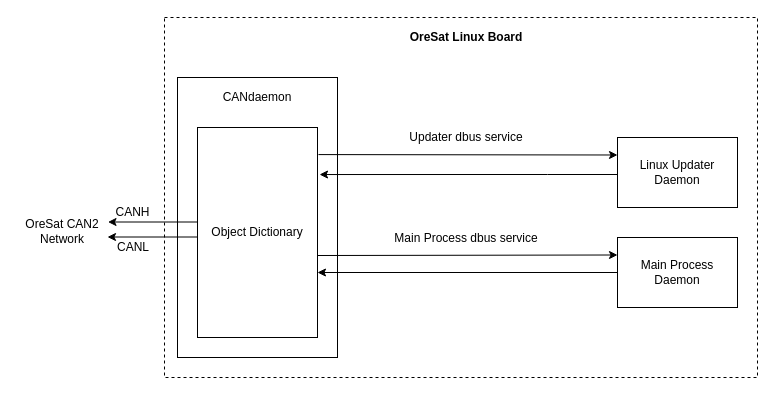
oresat/oresat-linux keeps this draw.io diagram as docs_and_examples/drawio/OreSatLinuxDiagram.drawio. Above is the earlier version. Source tidied: cells renumbered, new cells numbered last; positions are measured from the earlier drawing's top-left corner, leaving out a move shared by most shapes. Both pictures are drawn from the tidied source at 100%, with x=0, y=0 at pixel (17, 17).
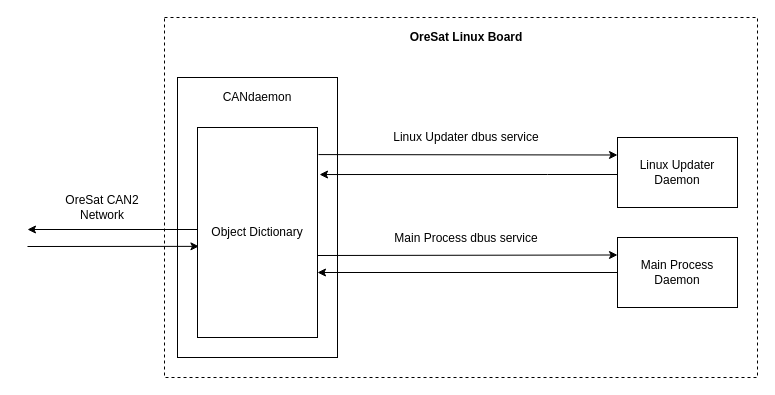
The same diagram, later.

Commit message (it also covers changes not shown here):
minor changes to linux diagram

Unchanged cells that the change refers to:
```xml
<mxCell id="4" value="Object Dictionary" style="rounded=0;whiteSpace=wrap;html=1;" parent="1" vertex="1">
  <mxGeometry x="180" y="110" width="120" height="210" as="geometry" />
</mxCell>
```

Diff of the diagram source:
```diff
@@
-    <mxCell id="9" value="Updater dbus service" style="text;html=1;strokeColor=none;fillColor=none;align=center;verticalAlign=middle;whiteSpace=wrap;rounded=0;" parent="1" vertex="1">
+    <mxCell id="9" value="Linux Updater dbus service" style="text;html=1;strokeColor=none;fillColor=none;align=center;verticalAlign=middle;whiteSpace=wrap;rounded=0;" parent="1" vertex="1">
       <mxGeometry x="334" y="115" width="230" height="10" as="geometry" />
     </mxCell>
-    <mxCell id="10" value="CANH" style="text;html=1;strokeColor=none;fillColor=none;align=center;verticalAlign=middle;whiteSpace=wrap;rounded=0;" parent="1" vertex="1">
-      <mxGeometry x="100" y="185" width="31" height="20" as="geometry" />
-    </mxCell>
-    <mxCell id="11" value="CANL" style="text;html=1;strokeColor=none;fillColor=none;align=center;verticalAlign=middle;whiteSpace=wrap;rounded=0;" parent="1" vertex="1">
-      <mxGeometry x="95.5" y="220" width="40" height="20" as="geometry" />
-    </mxCell>
@@
     <mxCell id="15" value="OreSat CAN2 Network" style="text;html=1;strokeColor=none;fillColor=none;align=center;verticalAlign=middle;whiteSpace=wrap;rounded=0;" parent="1" vertex="1">
-      <mxGeometry y="190" width="90" height="48" as="geometry" />
+      <mxGeometry x="40" y="166" width="90" height="48" as="geometry" />
     </mxCell>
@@
     <mxCell id="17" style="endArrow=classic;html=1;" parent="1" edge="1">
       <mxGeometry relative="1" as="geometry">
-        <mxPoint x="180.5" y="204.5" as="sourcePoint" />
-        <mxPoint x="90.5" y="204.5" as="targetPoint" />
+        <mxPoint x="180" y="212" as="sourcePoint" />
+        <mxPoint x="10" y="212" as="targetPoint" />
       </mxGeometry>
     </mxCell>
-    <mxCell id="18" style="endArrow=classic;html=1;" parent="1" edge="1">
-      <mxGeometry relative="1" as="geometry">
-        <mxPoint x="180" y="219.5" as="sourcePoint" />
-        <mxPoint x="90" y="219.5" as="targetPoint" />
-      </mxGeometry>
-    </mxCell>
@@
+    <mxCell id="20" style="endArrow=classic;html=1;entryX=0.012;entryY=0.566;entryDx=0;entryDy=0;entryPerimeter=0;" parent="1" edge="1" target="4">
+      <mxGeometry relative="1" as="geometry">
+        <mxPoint x="10" y="229" as="sourcePoint" />
+      </mxGeometry>
+    </mxCell>
```
